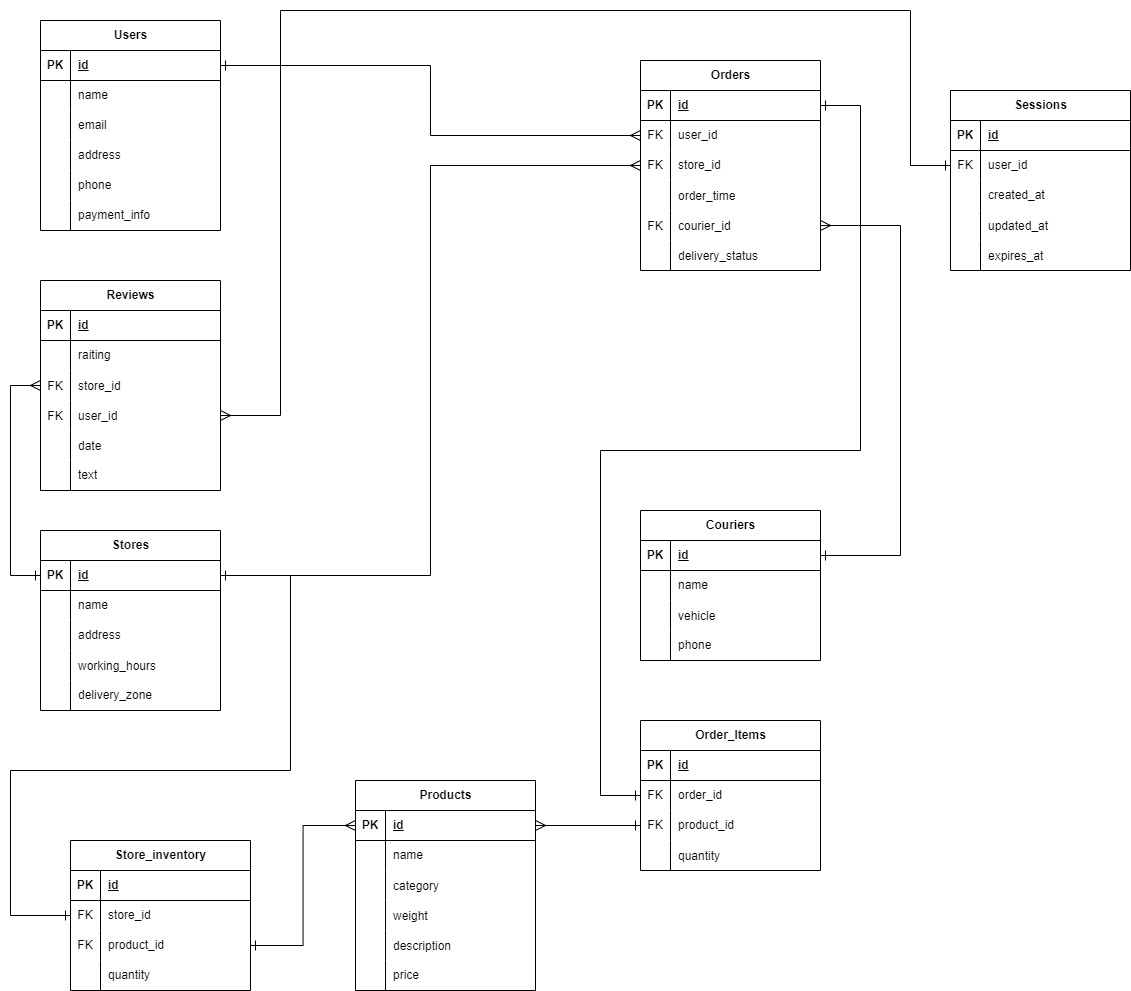
Earlier version of the draw.io export Логическая БД.png (Tovardas/TP_Highload_YandexEda). Source tidied: cells renumbered, new cells last; positions are measured from the earlier drawing's top-left corner, leaving out a move shared by most shapes.
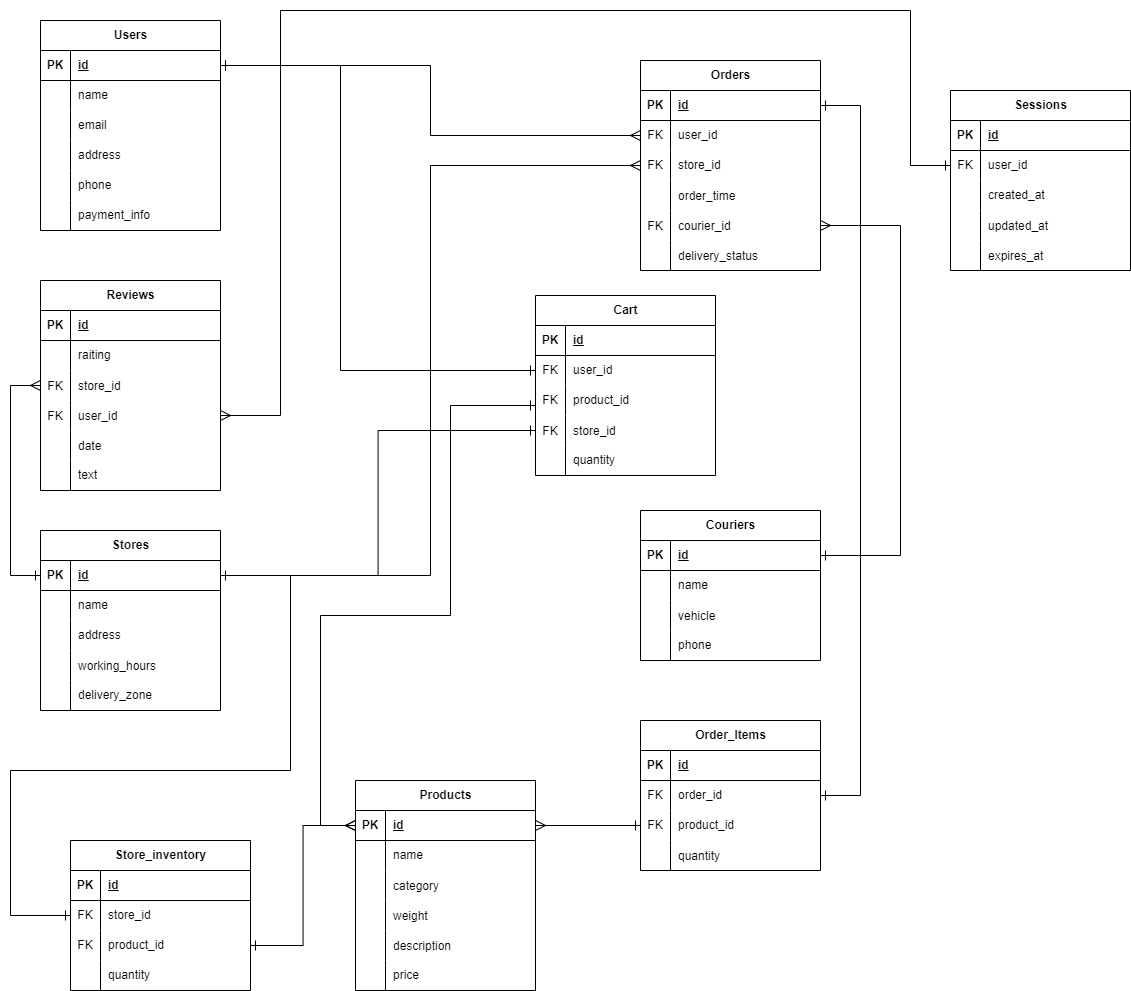
Later version of the same file.

Diff of the diagram source:
```diff
@@ -441,9 +441,7 @@
     <mxCell id="140" style="edgeStyle=orthogonalEdgeStyle;rounded=0;jettySize=auto;html=1;fontSize=12;startSize=8;endSize=8;endArrow=ERone;endFill=0;startArrow=ERone;startFill=0;" parent="1" edge="1" source="111" target="57">
       <mxGeometry relative="1" as="geometry">
         <Array as="points">
-          <mxPoint x="590" y="785" />
-          <mxPoint x="590" y="440" />
-          <mxPoint x="850" y="440" />
+          <mxPoint x="850" y="785" />
           <mxPoint x="850" y="95" />
         </Array>
       </mxGeometry>
@@ -509,5 +507,74 @@
         </Array>
       </mxGeometry>
     </mxCell>
+    <mxCell id="159" value="Cart" style="shape=table;startSize=30;rowLines=0;fontStyle=1;align=center;html=1;" parent="1" vertex="1">
+      <mxGeometry x="525" y="285" width="180" height="180" as="geometry" />
+    </mxCell>
+    <mxCell id="160" style="shape=tableRow;horizontal=0;startSize=0;swimlaneHead=0;swimlaneBody=0;fillColor=none;top=0;left=0;right=0;bottom=1;" parent="159" vertex="1">
+      <mxGeometry y="30" width="180" height="30" as="geometry" />
+    </mxCell>
+    <mxCell id="161" value="PK" style="shape=partialRectangle;fillColor=none;top=0;left=0;bottom=0;right=0;fontStyle=1;overflow=hidden;whiteSpace=wrap;html=1;" parent="160" vertex="1">
+      <mxGeometry width="30" height="30" as="geometry" />
+    </mxCell>
+    <mxCell id="162" value="id" style="shape=partialRectangle;fillColor=none;top=0;left=0;bottom=0;right=0;align=left;spacingLeft=6;fontStyle=5;overflow=hidden;whiteSpace=wrap;html=1;" parent="160" vertex="1">
+      <mxGeometry x="30" width="150" height="30" as="geometry" />
+    </mxCell>
+    <mxCell id="163" style="shape=tableRow;horizontal=0;startSize=0;swimlaneHead=0;swimlaneBody=0;fillColor=none;points=[[0,0.5],[1,0.5]];portConstraint=eastwest;top=0;left=0;right=0;bottom=0;" parent="159" vertex="1">
+      <mxGeometry y="60" width="180" height="30" as="geometry" />
+    </mxCell>
+    <mxCell id="164" value="FK" style="shape=partialRectangle;fillColor=none;top=0;left=0;bottom=0;right=0;overflow=hidden;whiteSpace=wrap;html=1;" parent="163" vertex="1">
+      <mxGeometry width="30" height="30" as="geometry" />
+    </mxCell>
+    <mxCell id="165" value="user_id" style="shape=partialRectangle;fillColor=none;top=0;left=0;bottom=0;right=0;align=left;spacingLeft=6;overflow=hidden;whiteSpace=wrap;html=1;" parent="163" vertex="1">
+      <mxGeometry x="30" width="150" height="30" as="geometry" />
+    </mxCell>
+    <mxCell id="166" style="shape=tableRow;horizontal=0;startSize=0;swimlaneHead=0;swimlaneBody=0;fillColor=none;points=[[0,0.5],[1,0.5]];portConstraint=eastwest;top=0;left=0;right=0;bottom=0;" parent="159" vertex="1">
+      <mxGeometry y="90" width="180" height="30" as="geometry" />
+    </mxCell>
+    <mxCell id="167" value="FK" style="shape=partialRectangle;fillColor=none;top=0;left=0;bottom=0;right=0;overflow=hidden;whiteSpace=wrap;html=1;" parent="166" vertex="1">
+      <mxGeometry width="30" height="30" as="geometry" />
+    </mxCell>
+    <mxCell id="168" value="product_id" style="shape=partialRectangle;fillColor=none;top=0;left=0;bottom=0;right=0;align=left;spacingLeft=6;overflow=hidden;whiteSpace=wrap;html=1;" parent="166" vertex="1">
+      <mxGeometry x="30" width="150" height="30" as="geometry" />
+    </mxCell>
+    <mxCell id="169" style="shape=tableRow;horizontal=0;startSize=0;swimlaneHead=0;swimlaneBody=0;fillColor=none;points=[[0,0.5],[1,0.5]];portConstraint=eastwest;top=0;left=0;right=0;bottom=0;" parent="159" vertex="1">
+      <mxGeometry y="120" width="180" height="30" as="geometry" />
+    </mxCell>
+    <mxCell id="170" value="FK" style="shape=partialRectangle;fillColor=none;top=0;left=0;bottom=0;right=0;overflow=hidden;" parent="169" vertex="1">
+      <mxGeometry width="30" height="30" as="geometry" />
+    </mxCell>
+    <mxCell id="171" value="store_id" style="shape=partialRectangle;fillColor=none;top=0;left=0;bottom=0;right=0;align=left;spacingLeft=6;overflow=hidden;" parent="169" vertex="1">
+      <mxGeometry x="30" width="150" height="30" as="geometry" />
+    </mxCell>
+    <mxCell id="172" style="shape=tableRow;horizontal=0;startSize=0;swimlaneHead=0;swimlaneBody=0;fillColor=none;top=0;left=0;right=0;bottom=0;" parent="159" vertex="1">
+      <mxGeometry y="150" width="180" height="30" as="geometry" />
+    </mxCell>
+    <mxCell id="173" style="shape=partialRectangle;fillColor=none;top=0;left=0;bottom=0;right=0;overflow=hidden;whiteSpace=wrap;html=1;" parent="172" vertex="1">
+      <mxGeometry width="30" height="30" as="geometry" />
+    </mxCell>
+    <mxCell id="174" value="quantity" style="shape=partialRectangle;fillColor=none;top=0;left=0;bottom=0;right=0;align=left;spacingLeft=6;overflow=hidden;whiteSpace=wrap;html=1;" parent="172" vertex="1">
+      <mxGeometry x="30" width="150" height="30" as="geometry" />
+    </mxCell>
+    <mxCell id="175" style="edgeStyle=orthogonalEdgeStyle;rounded=0;jettySize=auto;html=1;fontSize=12;startSize=8;endSize=8;startArrow=ERone;startFill=0;endArrow=ERone;endFill=0;" parent="1" edge="1" source="163" target="3">
+      <mxGeometry relative="1" as="geometry">
+        <Array as="points">
+          <mxPoint x="330" y="360" />
+          <mxPoint x="330" y="55" />
+        </Array>
+      </mxGeometry>
+    </mxCell>
+    <mxCell id="176" style="edgeStyle=orthogonalEdgeStyle;rounded=0;jettySize=auto;html=1;fontSize=12;startSize=8;endSize=8;startArrow=ERone;startFill=0;endArrow=ERmany;endFill=0;" parent="1" edge="1" source="166" target="38">
+      <mxGeometry relative="1" as="geometry">
+        <Array as="points">
+          <mxPoint x="440" y="395" />
+          <mxPoint x="440" y="605" />
+          <mxPoint x="310" y="605" />
+          <mxPoint x="310" y="815" />
+        </Array>
+      </mxGeometry>
+    </mxCell>
+    <mxCell id="177" style="edgeStyle=orthogonalEdgeStyle;rounded=0;jettySize=auto;html=1;fontSize=12;startSize=8;endSize=8;startArrow=ERone;startFill=0;endArrow=none;endFill=0;" parent="1" edge="1" source="169" target="22">
+      <mxGeometry relative="1" as="geometry" />
+    </mxCell>
   </root>
 </mxGraphModel>
```
